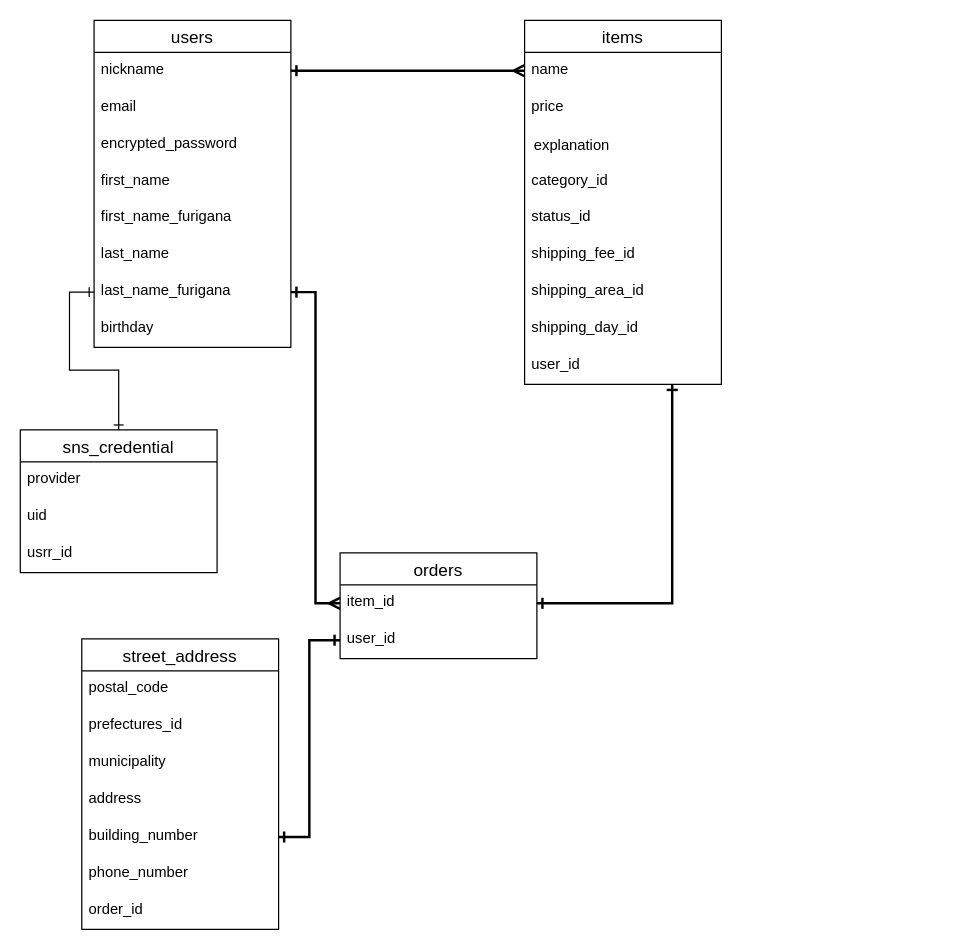
Above: app/ER.dio in tatsunori-koharu/furima-31710 (draw.io), before the change. Source tidied: cells renumbered, new cells numbered last; positions are measured from the earlier drawing's top-left corner, leaving out a move shared by most shapes. Both pictures are drawn from the tidied source at 123%, with x=0, y=0 at pixel (20, 20).
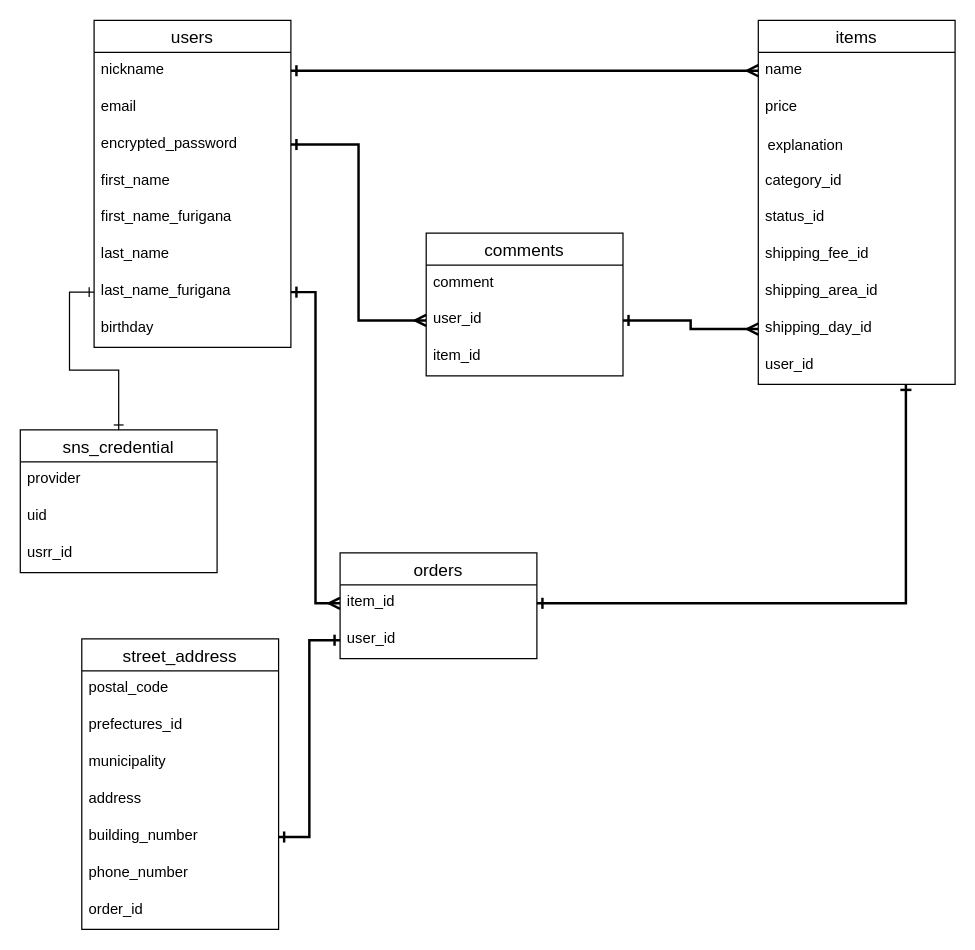
The same diagram, later.

The change refers to these unchanged cells:
```xml
<mxCell id="3" value="nickname" style="text;strokeColor=none;fillColor=none;spacingLeft=4;spacingRight=4;overflow=hidden;points=[[0,0.5],[1,0.5]];portConstraint=eastwest;fontSize=12;" parent="2" vertex="1">
  <mxGeometry y="26" width="160" height="30" as="geometry" />
</mxCell>
<mxCell id="5" value="encrypted_password" style="text;strokeColor=none;fillColor=none;spacingLeft=4;spacingRight=4;overflow=hidden;points=[[0,0.5],[1,0.5]];portConstraint=eastwest;fontSize=12;" parent="2" vertex="1">
  <mxGeometry y="86" width="160" height="30" as="geometry" />
</mxCell>
<mxCell id="9" value="last_name_furigana" style="text;strokeColor=none;fillColor=none;spacingLeft=4;spacingRight=4;overflow=hidden;points=[[0,0.5],[1,0.5]];portConstraint=eastwest;fontSize=12;" parent="2" vertex="1">
  <mxGeometry y="206" width="160" height="30" as="geometry" />
</mxCell>
<mxCell id="12" value="name" style="text;strokeColor=none;fillColor=none;spacingLeft=4;spacingRight=4;overflow=hidden;points=[[0,0.5],[1,0.5]];portConstraint=eastwest;fontSize=12;" parent="11" vertex="1">
  <mxGeometry y="26" width="160" height="30" as="geometry" />
</mxCell>
<mxCell id="19" value="shipping_day_id" style="text;strokeColor=none;fillColor=none;spacingLeft=4;spacingRight=4;overflow=hidden;points=[[0,0.5],[1,0.5]];portConstraint=eastwest;fontSize=12;" parent="11" vertex="1">
  <mxGeometry y="236" width="160" height="30" as="geometry" />
</mxCell>
<mxCell id="25" value="item_id" style="text;strokeColor=none;fillColor=none;spacingLeft=4;spacingRight=4;overflow=hidden;points=[[0,0.5],[1,0.5]];portConstraint=eastwest;fontSize=12;" parent="24" vertex="1">
  <mxGeometry y="26" width="160" height="30" as="geometry" />
</mxCell>
```

Diff of the diagram source:
```diff
@@
+    <mxCell id="21" style="edgeStyle=orthogonalEdgeStyle;rounded=0;jettySize=auto;html=1;exitX=1;exitY=0.5;exitDx=0;exitDy=0;entryX=0;entryY=0.5;entryDx=0;entryDy=0;endArrow=ERmany;endFill=0;startArrow=ERone;startFill=0;strokeWidth=2;" parent="1" edge="1" source="9" target="25">
+      <mxGeometry relative="1" as="geometry" />
+    </mxCell>
+    <mxCell id="22" style="edgeStyle=orthogonalEdgeStyle;rounded=0;jettySize=auto;html=1;exitX=1;exitY=0.5;exitDx=0;exitDy=0;entryX=0;entryY=0.5;entryDx=0;entryDy=0;endArrow=ERmany;endFill=0;strokeWidth=2;startArrow=ERone;startFill=0;" parent="1" edge="1" source="3" target="12">
+      <mxGeometry relative="1" as="geometry" />
+    </mxCell>
+    <mxCell id="23" style="edgeStyle=orthogonalEdgeStyle;rounded=0;jettySize=auto;html=1;exitX=1;exitY=0.5;exitDx=0;exitDy=0;entryX=0.75;entryY=1;entryDx=0;entryDy=0;startArrow=ERone;startFill=0;endArrow=ERone;endFill=0;strokeWidth=2;" parent="1" edge="1" source="25" target="11">
+      <mxGeometry relative="1" as="geometry" />
+    </mxCell>
     <mxCell id="11" value="items" style="swimlane;fontStyle=0;horizontal=1;startSize=26;align=center;fontSize=14;" parent="1" vertex="1">
-      <mxGeometry x="410" width="160" height="296" as="geometry" />
+      <mxGeometry x="600" width="160" height="296" as="geometry" />
     </mxCell>
@@
-    <mxCell id="21" style="edgeStyle=orthogonalEdgeStyle;rounded=0;jettySize=auto;html=1;exitX=1;exitY=0.5;exitDx=0;exitDy=0;entryX=0;entryY=0.5;entryDx=0;entryDy=0;endArrow=ERmany;endFill=0;startArrow=ERone;startFill=0;strokeWidth=2;" parent="1" edge="1" source="9" target="25">
-      <mxGeometry relative="1" as="geometry" />
-    </mxCell>
-    <mxCell id="22" style="edgeStyle=orthogonalEdgeStyle;rounded=0;jettySize=auto;html=1;exitX=1;exitY=0.5;exitDx=0;exitDy=0;entryX=0;entryY=0.5;entryDx=0;entryDy=0;endArrow=ERmany;endFill=0;strokeWidth=2;startArrow=ERone;startFill=0;" parent="1" edge="1" source="3" target="12">
-      <mxGeometry relative="1" as="geometry" />
-    </mxCell>
-    <mxCell id="23" style="edgeStyle=orthogonalEdgeStyle;rounded=0;jettySize=auto;html=1;exitX=1;exitY=0.5;exitDx=0;exitDy=0;entryX=0.75;entryY=1;entryDx=0;entryDy=0;startArrow=ERone;startFill=0;endArrow=ERone;endFill=0;strokeWidth=2;" parent="1" edge="1" source="25" target="11">
-      <mxGeometry relative="1" as="geometry" />
-    </mxCell>
@@
+    <mxCell id="41" value="comments" style="swimlane;fontStyle=0;horizontal=1;startSize=26;align=center;fontSize=14;" parent="1" vertex="1">
+      <mxGeometry x="330" y="173" width="160" height="116" as="geometry" />
+    </mxCell>
+    <mxCell id="42" value="comment" style="text;strokeColor=none;fillColor=none;spacingLeft=4;spacingRight=4;overflow=hidden;fontSize=12;" parent="41" vertex="1">
+      <mxGeometry y="26" width="160" height="30" as="geometry" />
+    </mxCell>
+    <mxCell id="43" value="user_id" style="text;strokeColor=none;fillColor=none;spacingLeft=4;spacingRight=4;overflow=hidden;points=[[0,0.5],[1,0.5]];portConstraint=eastwest;fontSize=12;" parent="41" vertex="1">
+      <mxGeometry y="56" width="160" height="30" as="geometry" />
+    </mxCell>
+    <mxCell id="44" value="item_id" style="text;strokeColor=none;fillColor=none;spacingLeft=4;spacingRight=4;overflow=hidden;fontSize=12;" parent="41" vertex="1">
+      <mxGeometry y="86" width="160" height="30" as="geometry" />
+    </mxCell>
@@
+    <mxCell id="45" style="edgeStyle=orthogonalEdgeStyle;rounded=0;jettySize=auto;html=1;exitX=0;exitY=0.5;exitDx=0;exitDy=0;entryX=1;entryY=0.5;entryDx=0;entryDy=0;startArrow=ERmany;startFill=0;endArrow=ERone;endFill=0;strokeWidth=2;" parent="1" edge="1" source="43" target="5">
+      <mxGeometry relative="1" as="geometry" />
+    </mxCell>
+    <mxCell id="46" style="edgeStyle=orthogonalEdgeStyle;rounded=0;jettySize=auto;html=1;exitX=1;exitY=0.5;exitDx=0;exitDy=0;startArrow=ERone;startFill=0;endArrow=ERmany;endFill=0;strokeWidth=2;entryX=0;entryY=0.5;entryDx=0;entryDy=0;" parent="1" edge="1" source="43" target="19">
+      <mxGeometry relative="1" as="geometry" />
+    </mxCell>
```
